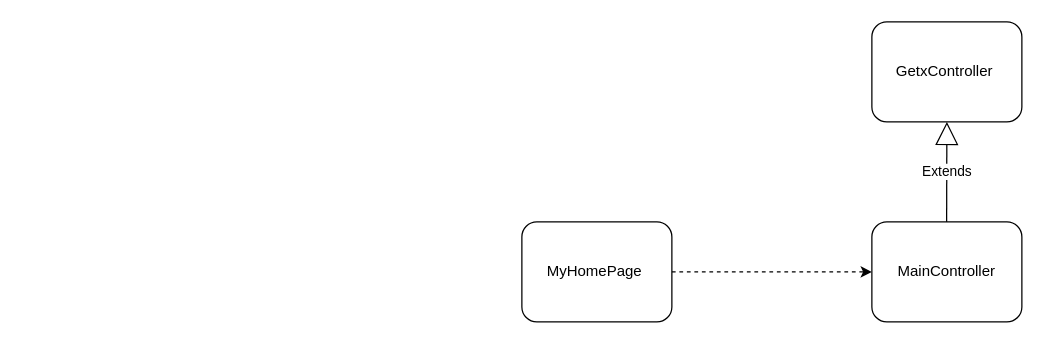
This is draw/未命名绘图.drawio from Jonty1997/personal_sources, a draw.io file, before an edit. Source tidied: cells renumbered, new cells numbered last; positions are measured from the earlier drawing's top-left corner, leaving out a move shared by most shapes. Both pictures are drawn from the tidied source at 125%, with x=0, y=0 at pixel (521, 21).
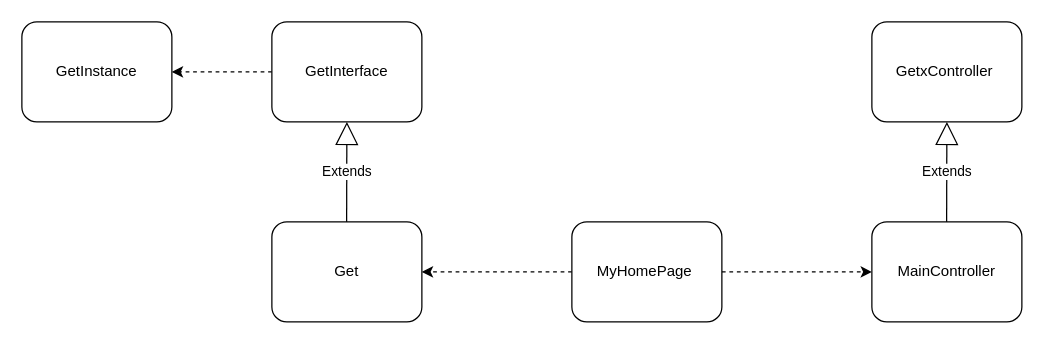
After the change.

Commit message:
更新未命名绘图.drawio

Diff of the diagram source:
```diff
@@
 <mxGraphModel>
   <root>
     <mxCell id="0" />
     <mxCell id="1" parent="0" />
     <mxCell id="2" style="edgeStyle=orthogonalEdgeStyle;rounded=0;jettySize=auto;html=1;exitX=1;exitY=0.5;exitDx=0;exitDy=0;entryX=0;entryY=0.5;entryDx=0;entryDy=0;dashed=1;" parent="1" edge="1" source="3" target="4">
       <mxGeometry relative="1" as="geometry" />
     </mxCell>
+    <mxCell id="7" style="edgeStyle=orthogonalEdgeStyle;rounded=0;jettySize=auto;html=1;exitX=0;exitY=0.5;exitDx=0;exitDy=0;dashed=1;" parent="1" edge="1" source="3" target="8">
+      <mxGeometry relative="1" as="geometry" />
+    </mxCell>
     <mxCell id="3" value="MyHomePage&amp;nbsp;" style="rounded=1;whiteSpace=wrap;html=1;" parent="1" vertex="1">
-      <mxGeometry y="160" width="120" height="80" as="geometry" />
+      <mxGeometry x="40" y="160" width="120" height="80" as="geometry" />
     </mxCell>
     <mxCell id="4" value="MainController" style="rounded=1;whiteSpace=wrap;html=1;" parent="1" vertex="1">
       <mxGeometry x="280" y="160" width="120" height="80" as="geometry" />
     </mxCell>
     <mxCell id="5" value="Extends" style="endArrow=block;endSize=16;endFill=0;html=1;rounded=0;" parent="1" edge="1">
       <mxGeometry relative="1" as="geometry">
         <mxPoint x="339.8" y="160" as="sourcePoint" />
         <mxPoint x="340" y="80" as="targetPoint" />
       </mxGeometry>
     </mxCell>
     <mxCell id="6" value="GetxController&amp;nbsp;" style="rounded=1;whiteSpace=wrap;html=1;" parent="1" vertex="1">
       <mxGeometry x="280" width="120" height="80" as="geometry" />
     </mxCell>
+    <mxCell id="8" value="Get" style="rounded=1;whiteSpace=wrap;html=1;" parent="1" vertex="1">
+      <mxGeometry x="-200" y="160" width="120" height="80" as="geometry" />
+    </mxCell>
+    <mxCell id="9" value="Extends" style="endArrow=block;endSize=16;endFill=0;html=1;rounded=0;" parent="1" edge="1">
+      <mxGeometry relative="1" as="geometry">
+        <mxPoint x="-140.2" y="160" as="sourcePoint" />
+        <mxPoint x="-140" y="80" as="targetPoint" />
+      </mxGeometry>
+    </mxCell>
+    <mxCell id="10" style="edgeStyle=orthogonalEdgeStyle;rounded=0;jettySize=auto;html=1;exitX=0;exitY=0.5;exitDx=0;exitDy=0;entryX=1;entryY=0.5;entryDx=0;entryDy=0;dashed=1;" parent="1" edge="1" source="11" target="12">
+      <mxGeometry relative="1" as="geometry" />
+    </mxCell>
+    <mxCell id="11" value="GetInterface" style="rounded=1;whiteSpace=wrap;html=1;" parent="1" vertex="1">
+      <mxGeometry x="-200" width="120" height="80" as="geometry" />
+    </mxCell>
+    <mxCell id="12" value="GetInstance" style="rounded=1;whiteSpace=wrap;html=1;" parent="1" vertex="1">
+      <mxGeometry x="-400" width="120" height="80" as="geometry" />
+    </mxCell>
   </root>
 </mxGraphModel>
```
